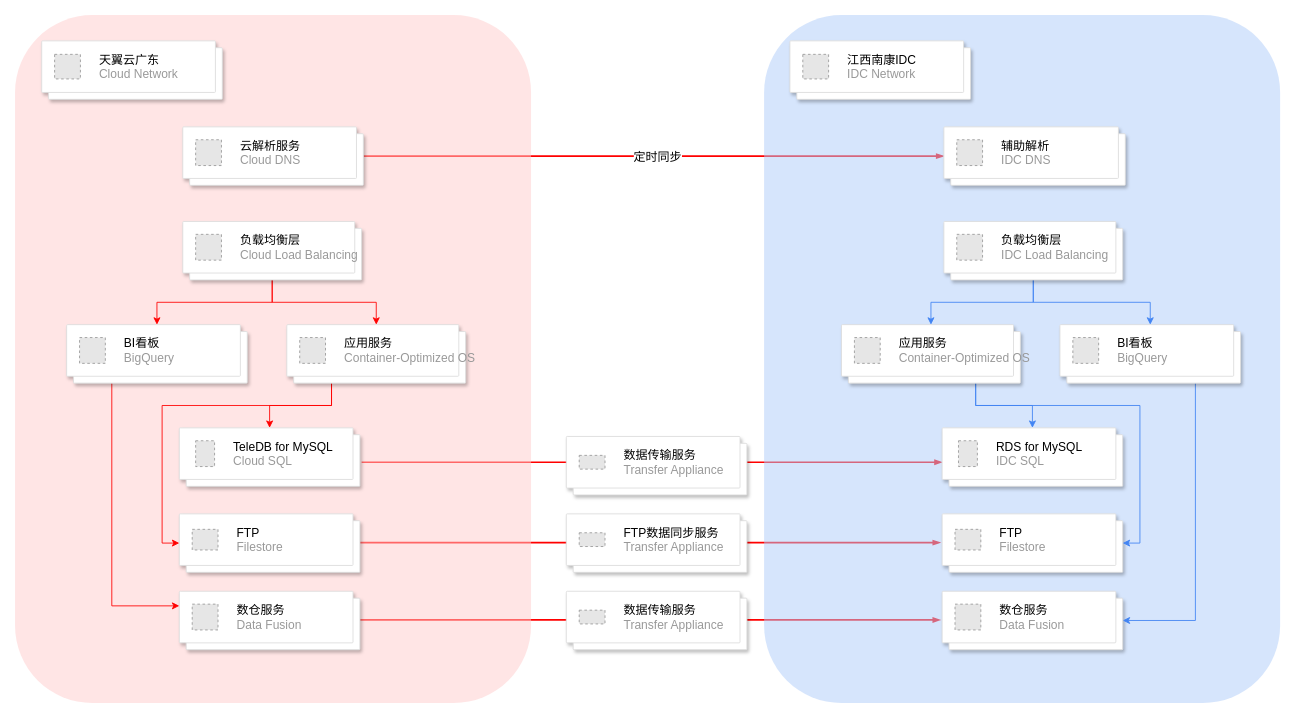
Before: page "第 1 页" (1 of 2) of 洋臣架构.drawio in MyselfblueKAMI/drawpub, a draw.io diagram. Source tidied: cells renumbered, new cells numbered last; positions are measured from the earlier drawing's top-left corner, leaving out a move shared by most shapes. Both pictures are drawn from the tidied source at 86%, with x=0, y=0 at pixel (15, 15). Pictures stored in the file or linked from it are replaced by grey dashed boxes.
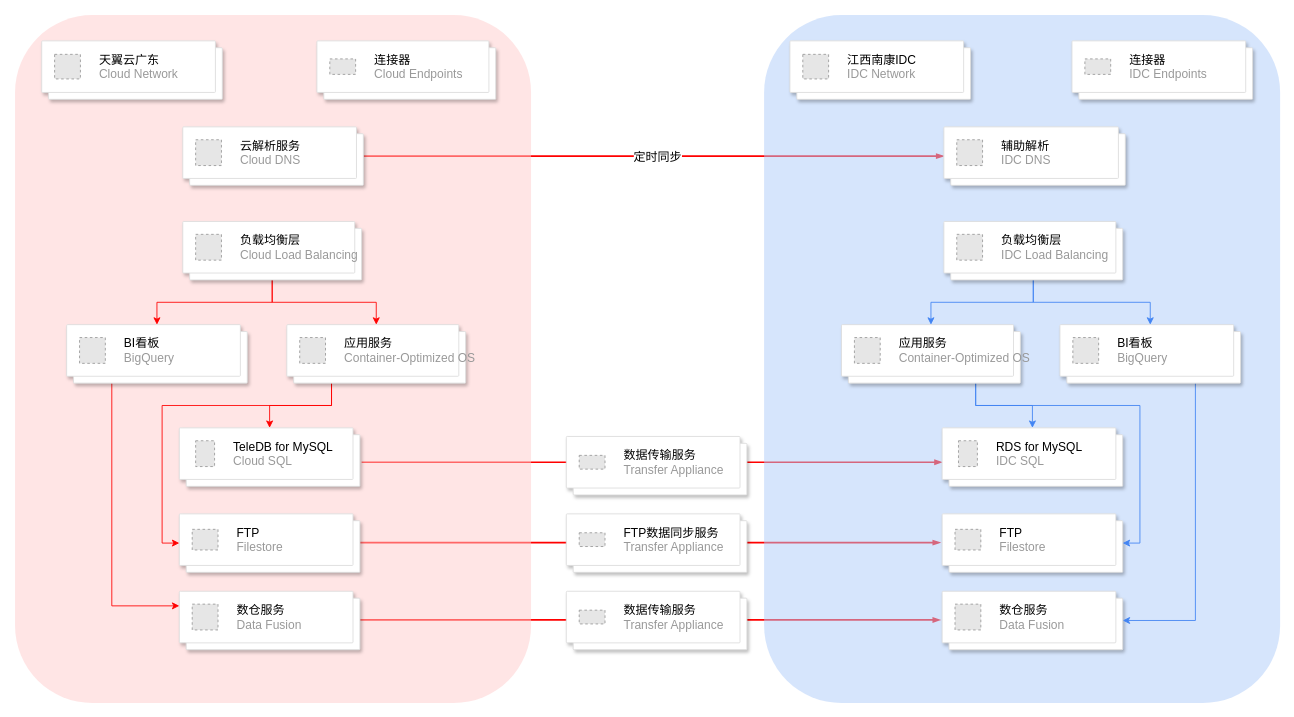
After the change.

Commit message (it also covers changes not shown here):
更新洋臣架构.drawio

Unchanged cells that the change refers to:
```xml
<mxCell id="2" style="group;" parent="1" vertex="1">
  <mxGeometry width="1471" height="800" as="geometry" />
</mxCell>
```

Change to the diagram source:
```diff
@@
+    <mxCell id="58" style="shape=mxgraph.gcp2.doubleRect;fillColor=#ffffff;strokeColor=#dddddd;shadow=1;strokeWidth=1;rounded=1;absoluteArcSize=1;arcSize=2;" parent="2" vertex="1">
+      <mxGeometry x="351" y="30" width="208" height="68" as="geometry" />
+    </mxCell>
+    <mxCell id="59" value="&lt;font style=&quot;font-size: 14px;&quot;&gt;&lt;font color=&quot;#000000&quot;&gt;连接器&lt;/font&gt;&lt;br&gt;Cloud Endpoints&lt;/font&gt;" style="fillColor=#E6E6E6;strokeColor=#999999;dashed=1;html=1;fontColor=#999999;verticalLabelPosition=middle;verticalAlign=middle;labelPosition=right;align=left;spacingLeft=20;" parent="58" vertex="1">
+      <mxGeometry width="30" height="18" relative="1" as="geometry">
+        <mxPoint x="15" y="21" as="offset" />
+      </mxGeometry>
+    </mxCell>
+    <mxCell id="60" style="shape=mxgraph.gcp2.doubleRect;fillColor=#ffffff;strokeColor=#dddddd;shadow=1;strokeWidth=1;rounded=1;absoluteArcSize=1;arcSize=2;" parent="2" vertex="1">
+      <mxGeometry x="1229" y="30" width="210" height="68" as="geometry" />
+    </mxCell>
+    <mxCell id="61" value="&lt;font style=&quot;font-size: 14px;&quot;&gt;&lt;font color=&quot;#000000&quot;&gt;连接器&lt;/font&gt;&lt;br&gt;IDC Endpoints&lt;/font&gt;" style="fillColor=#E6E6E6;strokeColor=#999999;dashed=1;html=1;fontColor=#999999;verticalLabelPosition=middle;verticalAlign=middle;labelPosition=right;align=left;spacingLeft=20;" parent="60" vertex="1">
+      <mxGeometry width="30" height="18" relative="1" as="geometry">
+        <mxPoint x="15" y="21" as="offset" />
+      </mxGeometry>
+    </mxCell>
```
